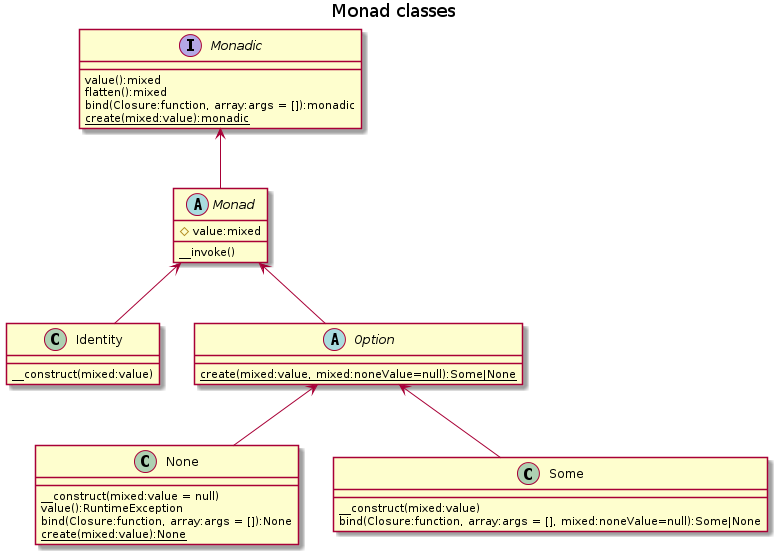
Above: docs/monad-classes.png in chippyash/Monad (PlantUML), before the change.
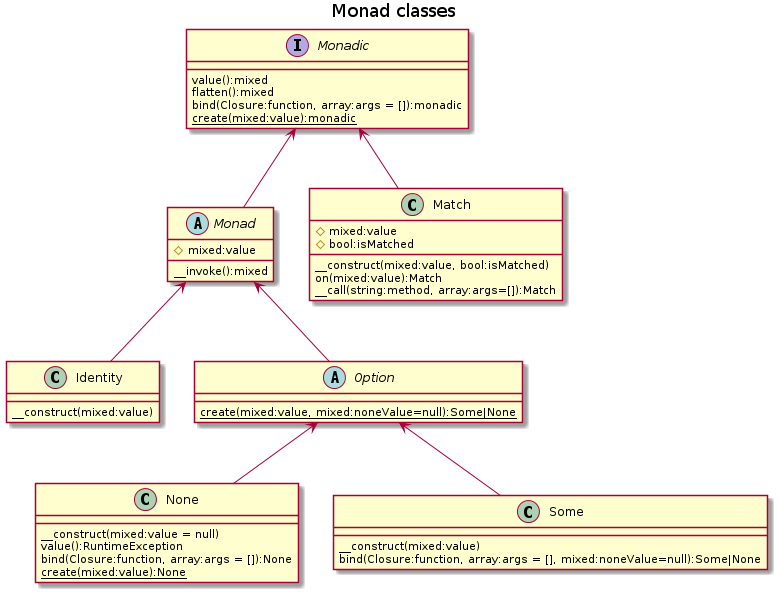
The same file after the commit.

The edit, as a diff of the source:
```diff
@@ -9,8 +9,8 @@
 }
 
 abstract class Monad {
-    #value:mixed
-    __invoke()
+    #mixed:value
+    __invoke():mixed
 }
 
 class Identity {
@@ -33,9 +33,18 @@
     bind(Closure:function, array:args = [], mixed:noneValue=null):Some|None
 }
 
+class Match {
+    #mixed:value
+    #bool:isMatched
+    __construct(mixed:value, bool:isMatched)
+    on(mixed:value):Match
+    __call(string:method, array:args=[]):Match
+}
+
 Monadic <-- Monad
 Monad <-- Identity
 Monad <-- Option
 Option <-- None
 Option <-- Some
+Monadic <-- Match
 @enduml
```
